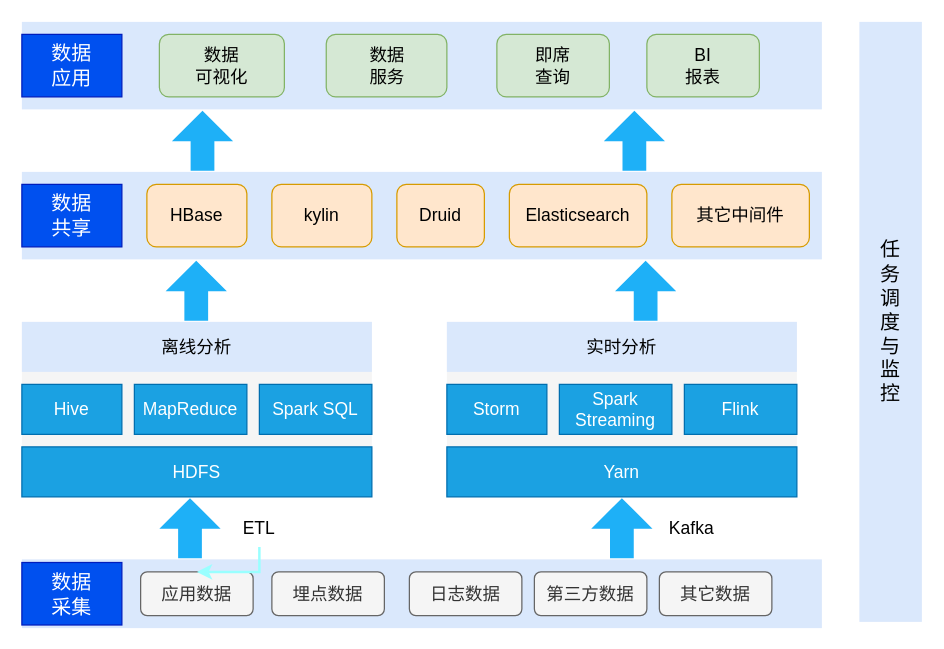
The draw.io diagram page "Lambda数仓架构" (11 of 23) of work.drawio in starzy1990/diagrams, before the edit. Source tidied: cells renumbered, new cells numbered last; positions are measured from the earlier drawing's top-left corner, leaving out a move shared by most shapes. Both pictures are drawn from the tidied source at 125%, with x=0, y=0 at pixel (21, 21).
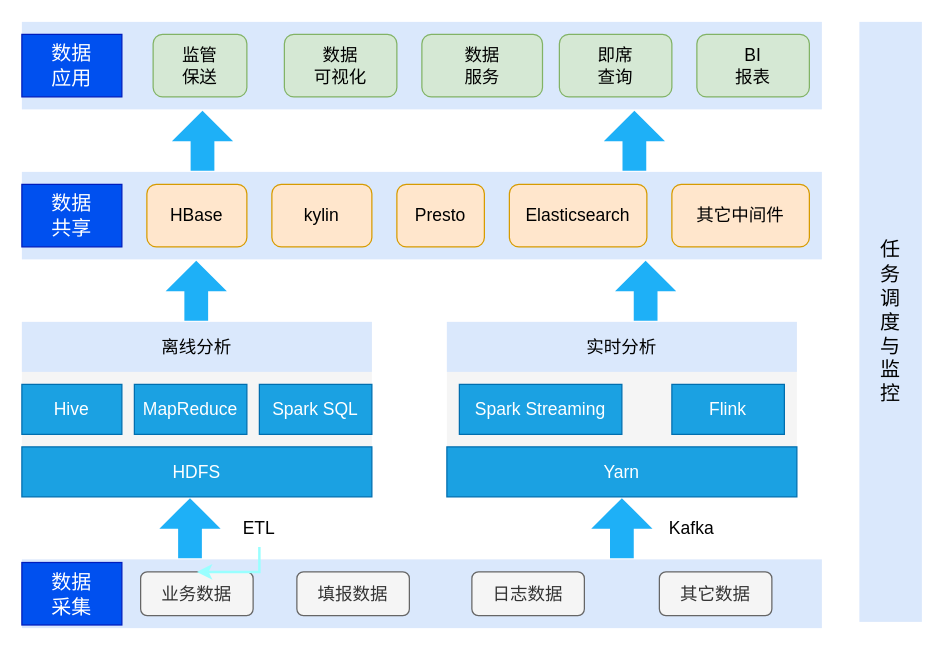
Above is the later version.

Change to the diagram source:
```diff
@@
     <mxCell id="4" value="数据&lt;br style=&quot;font-size: 14px;&quot;&gt;可视化" style="rounded=1;whiteSpace=wrap;html=1;fontSize=14;fillColor=#d5e8d4;strokeColor=#82b366;" parent="1" vertex="1">
-      <mxGeometry x="110" y="10" width="100" height="50" as="geometry" />
+      <mxGeometry x="210" y="10" width="90" height="50" as="geometry" />
     </mxCell>
     <mxCell id="5" value="数据&lt;br style=&quot;font-size: 14px;&quot;&gt;服务" style="rounded=1;whiteSpace=wrap;html=1;fontSize=14;fillColor=#d5e8d4;strokeColor=#82b366;" parent="1" vertex="1">
-      <mxGeometry x="243.5" y="10" width="96.5" height="50" as="geometry" />
+      <mxGeometry x="320" y="10" width="96.5" height="50" as="geometry" />
     </mxCell>
     <mxCell id="6" value="即席&lt;br&gt;查询" style="rounded=1;whiteSpace=wrap;html=1;fontSize=14;fillColor=#d5e8d4;strokeColor=#82b366;" parent="1" vertex="1">
-      <mxGeometry x="380" y="10" width="90" height="50" as="geometry" />
+      <mxGeometry x="430" y="10" width="90" height="50" as="geometry" />
     </mxCell>
     <mxCell id="7" value="BI&lt;br&gt;报表" style="rounded=1;whiteSpace=wrap;html=1;fontSize=14;fillColor=#d5e8d4;strokeColor=#82b366;" parent="1" vertex="1">
-      <mxGeometry x="500" y="10" width="90" height="50" as="geometry" />
+      <mxGeometry x="540" y="10" width="90" height="50" as="geometry" />
     </mxCell>
@@
-    <mxCell id="12" value="Druid" style="rounded=1;whiteSpace=wrap;html=1;fontSize=14;fillColor=#ffe6cc;strokeColor=#d79b00;" parent="1" vertex="1">
+    <mxCell id="12" value="Presto" style="rounded=1;whiteSpace=wrap;html=1;fontSize=14;fillColor=#ffe6cc;strokeColor=#d79b00;" parent="1" vertex="1">
       <mxGeometry x="300" y="130" width="70" height="50" as="geometry" />
     </mxCell>
@@
-    <mxCell id="23" value="Storm" style="rounded=0;whiteSpace=wrap;html=1;fontSize=14;fillColor=#1ba1e2;fontColor=#ffffff;strokeColor=#006EAF;" parent="1" vertex="1">
-      <mxGeometry x="340" y="290" width="80" height="40" as="geometry" />
-    </mxCell>
@@
     <mxCell id="25" value="Spark Streaming" style="rounded=0;whiteSpace=wrap;html=1;fontSize=14;fillColor=#1ba1e2;fontColor=#ffffff;strokeColor=#006EAF;" parent="1" vertex="1">
-      <mxGeometry x="430" y="290" width="90" height="40" as="geometry" />
+      <mxGeometry x="350" y="290" width="130" height="40" as="geometry" />
     </mxCell>
     <mxCell id="26" value="Flink" style="rounded=0;whiteSpace=wrap;html=1;fontSize=14;fillColor=#1ba1e2;fontColor=#ffffff;strokeColor=#006EAF;" parent="1" vertex="1">
-      <mxGeometry x="530" y="290" width="90" height="40" as="geometry" />
+      <mxGeometry x="520" y="290" width="90" height="40" as="geometry" />
     </mxCell>
@@
-    <mxCell id="29" value="应用数据" style="rounded=1;whiteSpace=wrap;html=1;fontSize=14;fillColor=#f5f5f5;fontColor=#333333;strokeColor=#666666;" parent="1" vertex="1">
+    <mxCell id="29" value="业务数据" style="rounded=1;whiteSpace=wrap;html=1;fontSize=14;fillColor=#f5f5f5;fontColor=#333333;strokeColor=#666666;" parent="1" vertex="1">
       <mxGeometry x="95" y="440" width="90" height="35" as="geometry" />
     </mxCell>
-    <mxCell id="30" value="埋点数据" style="rounded=1;whiteSpace=wrap;html=1;fontSize=14;fillColor=#f5f5f5;fontColor=#333333;strokeColor=#666666;" parent="1" vertex="1">
-      <mxGeometry x="200" y="440" width="90" height="35" as="geometry" />
+    <mxCell id="30" value="填报数据" style="rounded=1;whiteSpace=wrap;html=1;fontSize=14;fillColor=#f5f5f5;fontColor=#333333;strokeColor=#666666;" parent="1" vertex="1">
+      <mxGeometry x="220" y="440" width="90" height="35" as="geometry" />
     </mxCell>
     <mxCell id="31" value="日志数据" style="rounded=1;whiteSpace=wrap;html=1;fontSize=14;fillColor=#f5f5f5;fontColor=#333333;strokeColor=#666666;" parent="1" vertex="1">
-      <mxGeometry x="310" y="440" width="90" height="35" as="geometry" />
+      <mxGeometry x="360" y="440" width="90" height="35" as="geometry" />
     </mxCell>
-    <mxCell id="32" value="第三方数据" style="rounded=1;whiteSpace=wrap;html=1;fontSize=14;fillColor=#f5f5f5;fontColor=#333333;strokeColor=#666666;" parent="1" vertex="1">
-      <mxGeometry x="410" y="440" width="90" height="35" as="geometry" />
-    </mxCell>
@@
+    <mxCell id="44" value="监管&lt;br&gt;保送" style="rounded=1;whiteSpace=wrap;html=1;fontSize=14;fillColor=#d5e8d4;strokeColor=#82b366;" parent="1" vertex="1">
+      <mxGeometry x="105" y="10" width="75" height="50" as="geometry" />
+    </mxCell>
```
